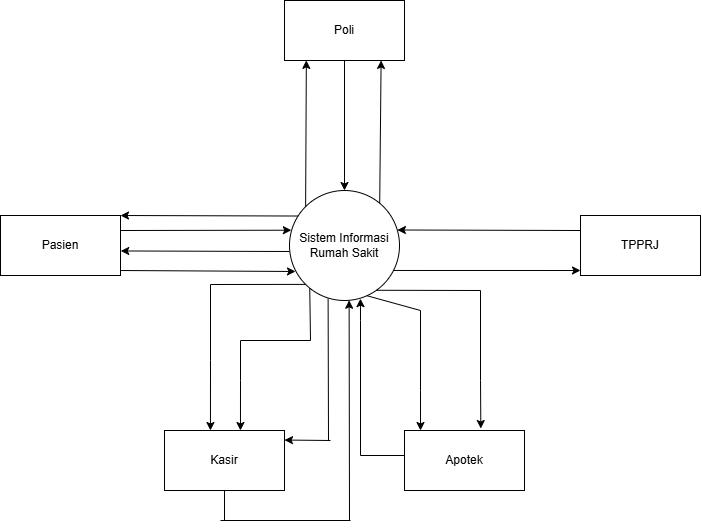
Before: EFD LVL 0Diagram Tanpa Judul.drawio.png, a diagram exported from draw.io (Arfnvaaa/Arfnvaaa). Source tidied: cells renumbered, new cells last; positions are measured from the earlier drawing's top-left corner, leaving out a move shared by most shapes. Source of this version:
```xml
<mxGraphModel>
  <root>
    <mxCell id="0" />
    <mxCell id="1" parent="0" />
    <mxCell id="2" value="Sistem Informasi Rumah Sakit" style="ellipse;whiteSpace=wrap;html=1;" parent="1" vertex="1">
      <mxGeometry x="289" y="190" width="110" height="110" as="geometry" />
    </mxCell>
    <mxCell id="3" value="TPPRJ" style="rounded=0;whiteSpace=wrap;html=1;" parent="1" vertex="1">
      <mxGeometry x="580" y="215" width="120" height="60" as="geometry" />
    </mxCell>
    <mxCell id="4" value="Pasien" style="rounded=0;whiteSpace=wrap;html=1;" parent="1" vertex="1">
      <mxGeometry y="215" width="120" height="60" as="geometry" />
    </mxCell>
    <mxCell id="5" value="Poli" style="rounded=0;whiteSpace=wrap;html=1;" parent="1" vertex="1">
      <mxGeometry x="284" width="120" height="60" as="geometry" />
    </mxCell>
    <mxCell id="6" value="Kasir" style="rounded=0;whiteSpace=wrap;html=1;" parent="1" vertex="1">
      <mxGeometry x="164" y="430" width="120" height="60" as="geometry" />
    </mxCell>
    <mxCell id="7" value="Apotek" style="rounded=0;whiteSpace=wrap;html=1;" parent="1" vertex="1">
      <mxGeometry x="404" y="430" width="120" height="60" as="geometry" />
    </mxCell>
    <mxCell id="8" style="endArrow=classic;html=1;rounded=0;entryX=1;entryY=0;entryDx=0;entryDy=0;exitX=0.078;exitY=0.232;exitDx=0;exitDy=0;exitPerimeter=0;" parent="1" edge="1" source="2" target="4">
      <mxGeometry relative="1" as="geometry" />
    </mxCell>
    <mxCell id="9" style="endArrow=classic;html=1;rounded=0;entryX=1.002;entryY=0.591;entryDx=0;entryDy=0;exitX=0.056;exitY=0.233;exitDx=0;exitDy=0;exitPerimeter=0;entryPerimeter=0;" parent="1" edge="1" target="4">
      <mxGeometry relative="1" as="geometry">
        <mxPoint x="289" y="251" as="sourcePoint" />
      </mxGeometry>
    </mxCell>
    <mxCell id="10" style="endArrow=classic;html=1;rounded=0;exitX=0.056;exitY=0.233;exitDx=0;exitDy=0;exitPerimeter=0;entryX=0.017;entryY=0.361;entryDx=0;entryDy=0;entryPerimeter=0;" parent="1" edge="1" target="2">
      <mxGeometry relative="1" as="geometry">
        <mxPoint x="120" y="230" as="sourcePoint" />
      </mxGeometry>
    </mxCell>
    <mxCell id="11" style="endArrow=classic;html=1;rounded=0;entryX=1;entryY=0;entryDx=0;entryDy=0;exitX=0.056;exitY=0.233;exitDx=0;exitDy=0;exitPerimeter=0;" parent="1" edge="1">
      <mxGeometry relative="1" as="geometry">
        <mxPoint x="120" y="270" as="sourcePoint" />
        <mxPoint x="295" y="271" as="targetPoint" />
      </mxGeometry>
    </mxCell>
    <mxCell id="12" style="endArrow=classic;html=1;rounded=0;entryX=0.182;entryY=0.998;entryDx=0;entryDy=0;exitX=0;exitY=0;exitDx=0;exitDy=0;entryPerimeter=0;" parent="1" edge="1" source="2" target="5">
      <mxGeometry relative="1" as="geometry" />
    </mxCell>
    <mxCell id="13" style="endArrow=classic;html=1;rounded=0;exitX=0.5;exitY=1;exitDx=0;exitDy=0;entryX=0.5;entryY=0;entryDx=0;entryDy=0;" parent="1" edge="1" source="5" target="2">
      <mxGeometry relative="1" as="geometry" />
    </mxCell>
    <mxCell id="14" style="endArrow=classic;html=1;rounded=0;entryX=0.805;entryY=0.999;entryDx=0;entryDy=0;entryPerimeter=0;exitX=0.82;exitY=0.118;exitDx=0;exitDy=0;exitPerimeter=0;" parent="1" edge="1" source="2" target="5">
      <mxGeometry relative="1" as="geometry" />
    </mxCell>
    <mxCell id="15" style="endArrow=none;html=1;rounded=0;entryX=0;entryY=1;entryDx=0;entryDy=0;" parent="1" edge="1" target="2">
      <mxGeometry relative="1" as="geometry">
        <mxPoint x="210" y="360" as="sourcePoint" />
        <Array as="points">
          <mxPoint x="210" y="284" />
        </Array>
      </mxGeometry>
    </mxCell>
    <mxCell id="16" style="endArrow=classic;html=1;rounded=0;entryX=0.383;entryY=0;entryDx=0;entryDy=0;entryPerimeter=0;" parent="1" edge="1" target="6">
      <mxGeometry relative="1" as="geometry">
        <mxPoint x="210" y="360" as="sourcePoint" />
      </mxGeometry>
    </mxCell>
    <mxCell id="17" style="endArrow=none;html=1;rounded=0;entryX=0.184;entryY=0.889;entryDx=0;entryDy=0;entryPerimeter=0;" parent="1" edge="1" target="2">
      <mxGeometry relative="1" as="geometry">
        <mxPoint x="240" y="340" as="sourcePoint" />
        <Array as="points">
          <mxPoint x="310" y="340" />
        </Array>
      </mxGeometry>
    </mxCell>
    <mxCell id="18" style="endArrow=classic;html=1;rounded=0;entryX=0.633;entryY=0;entryDx=0;entryDy=0;entryPerimeter=0;" parent="1" edge="1" target="6">
      <mxGeometry relative="1" as="geometry">
        <mxPoint x="240" y="340" as="sourcePoint" />
        <Array as="points">
          <mxPoint x="240" y="380" />
        </Array>
      </mxGeometry>
    </mxCell>
    <mxCell id="19" style="endArrow=none;html=1;rounded=0;entryX=0.351;entryY=0.984;entryDx=0;entryDy=0;entryPerimeter=0;" parent="1" edge="1" target="2">
      <mxGeometry relative="1" as="geometry">
        <mxPoint x="328" y="440" as="sourcePoint" />
      </mxGeometry>
    </mxCell>
    <mxCell id="20" style="endArrow=classic;html=1;rounded=0;entryX=1.01;entryY=0.159;entryDx=0;entryDy=0;entryPerimeter=0;" parent="1" edge="1">
      <mxGeometry relative="1" as="geometry">
        <mxPoint x="330" y="440" as="sourcePoint" />
        <mxPoint x="284" y="439.5" as="targetPoint" />
      </mxGeometry>
    </mxCell>
    <mxCell id="21" style="endArrow=none;html=1;rounded=0;entryX=0.5;entryY=1;entryDx=0;entryDy=0;" parent="1" edge="1" target="6">
      <mxGeometry relative="1" as="geometry">
        <mxPoint x="224" y="520" as="sourcePoint" />
      </mxGeometry>
    </mxCell>
    <mxCell id="22" style="endArrow=none;html=1;rounded=0;" parent="1" edge="1">
      <mxGeometry relative="1" as="geometry">
        <mxPoint x="220" y="520" as="sourcePoint" />
        <mxPoint x="350" y="520" as="targetPoint" />
      </mxGeometry>
    </mxCell>
    <mxCell id="23" style="endArrow=classic;html=1;rounded=0;entryX=0.542;entryY=0.998;entryDx=0;entryDy=0;entryPerimeter=0;" parent="1" edge="1" target="2">
      <mxGeometry relative="1" as="geometry">
        <mxPoint x="349" y="520" as="sourcePoint" />
      </mxGeometry>
    </mxCell>
    <mxCell id="24" style="endArrow=classic;html=1;rounded=0;exitX=0.944;exitY=0.727;exitDx=0;exitDy=0;exitPerimeter=0;" parent="1" edge="1" source="2">
      <mxGeometry relative="1" as="geometry">
        <mxPoint x="580" y="270" as="targetPoint" />
      </mxGeometry>
    </mxCell>
    <mxCell id="25" style="endArrow=classic;html=1;rounded=0;exitX=0.956;exitY=0.729;exitDx=0;exitDy=0;exitPerimeter=0;entryX=0.981;entryY=0.359;entryDx=0;entryDy=0;entryPerimeter=0;" parent="1" edge="1" target="2">
      <mxGeometry relative="1" as="geometry">
        <mxPoint x="580" y="230" as="sourcePoint" />
      </mxGeometry>
    </mxCell>
    <mxCell id="26" style="endArrow=none;html=1;rounded=0;exitX=0.787;exitY=0.907;exitDx=0;exitDy=0;exitPerimeter=0;" parent="1" edge="1" source="2">
      <mxGeometry relative="1" as="geometry">
        <mxPoint x="480" y="380" as="targetPoint" />
        <Array as="points">
          <mxPoint x="480" y="290" />
        </Array>
      </mxGeometry>
    </mxCell>
    <mxCell id="27" style="endArrow=classic;html=1;rounded=0;entryX=0.636;entryY=-0.033;entryDx=0;entryDy=0;entryPerimeter=0;" parent="1" edge="1" target="7">
      <mxGeometry relative="1" as="geometry">
        <mxPoint x="480" y="380" as="sourcePoint" />
      </mxGeometry>
    </mxCell>
    <mxCell id="28" style="endArrow=none;html=1;rounded=0;exitX=0.702;exitY=0.956;exitDx=0;exitDy=0;exitPerimeter=0;" parent="1" edge="1" source="2">
      <mxGeometry relative="1" as="geometry">
        <mxPoint x="420" y="390" as="targetPoint" />
        <Array as="points">
          <mxPoint x="420" y="310" />
        </Array>
      </mxGeometry>
    </mxCell>
    <mxCell id="29" style="endArrow=classic;html=1;rounded=0;" parent="1" edge="1">
      <mxGeometry relative="1" as="geometry">
        <mxPoint x="420" y="390" as="sourcePoint" />
        <mxPoint x="420" y="430" as="targetPoint" />
      </mxGeometry>
    </mxCell>
    <mxCell id="30" style="endArrow=none;html=1;rounded=0;" parent="1" edge="1">
      <mxGeometry relative="1" as="geometry">
        <mxPoint x="360" y="320" as="sourcePoint" />
        <mxPoint x="404" y="455" as="targetPoint" />
        <Array as="points">
          <mxPoint x="360" y="455" />
        </Array>
      </mxGeometry>
    </mxCell>
    <mxCell id="31" style="endArrow=classic;html=1;rounded=0;entryX=0.645;entryY=0.983;entryDx=0;entryDy=0;entryPerimeter=0;" parent="1" edge="1" target="2">
      <mxGeometry relative="1" as="geometry">
        <mxPoint x="360" y="320" as="sourcePoint" />
      </mxGeometry>
    </mxCell>
  </root>
</mxGraphModel>
```
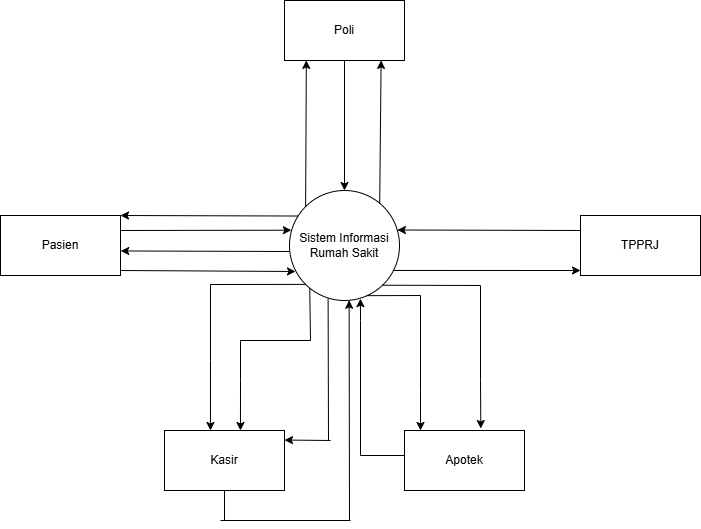
After the change.

What changed in the source:
```diff
@@ -114,11 +114,11 @@
         <mxPoint x="580" y="230" as="sourcePoint" />
       </mxGeometry>
     </mxCell>
-    <mxCell id="26" style="endArrow=none;html=1;rounded=0;exitX=0.787;exitY=0.907;exitDx=0;exitDy=0;exitPerimeter=0;" parent="1" edge="1" source="2">
+    <mxCell id="26" style="endArrow=none;html=1;rounded=0;exitX=0.846;exitY=0.861;exitDx=0;exitDy=0;exitPerimeter=0;" parent="1" edge="1" source="2">
       <mxGeometry relative="1" as="geometry">
         <mxPoint x="480" y="380" as="targetPoint" />
         <Array as="points">
-          <mxPoint x="480" y="290" />
+          <mxPoint x="480" y="285" />
         </Array>
       </mxGeometry>
     </mxCell>
@@ -131,7 +131,7 @@
       <mxGeometry relative="1" as="geometry">
         <mxPoint x="420" y="390" as="targetPoint" />
         <Array as="points">
-          <mxPoint x="420" y="310" />
+          <mxPoint x="420" y="295" />
         </Array>
       </mxGeometry>
     </mxCell>
```
